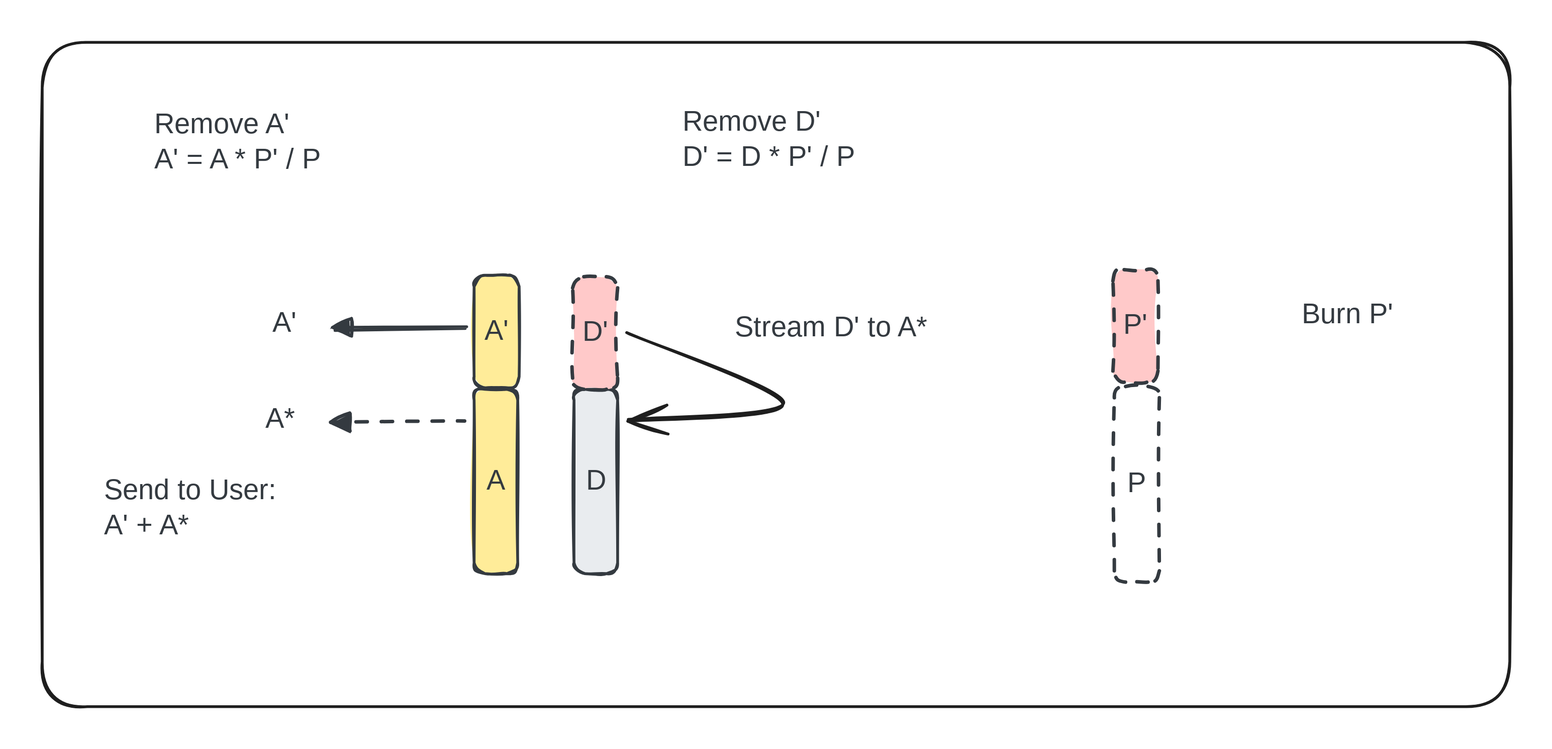
Before: .gitbook/assets/file.excalidraw (10).svg, a diagram exported from Excalidraw (decaswap-labs/docs). Source tidied: one line per element, renumbered; positions are measured from the earlier drawing's top-left corner, leaving out a move shared by most shapes.
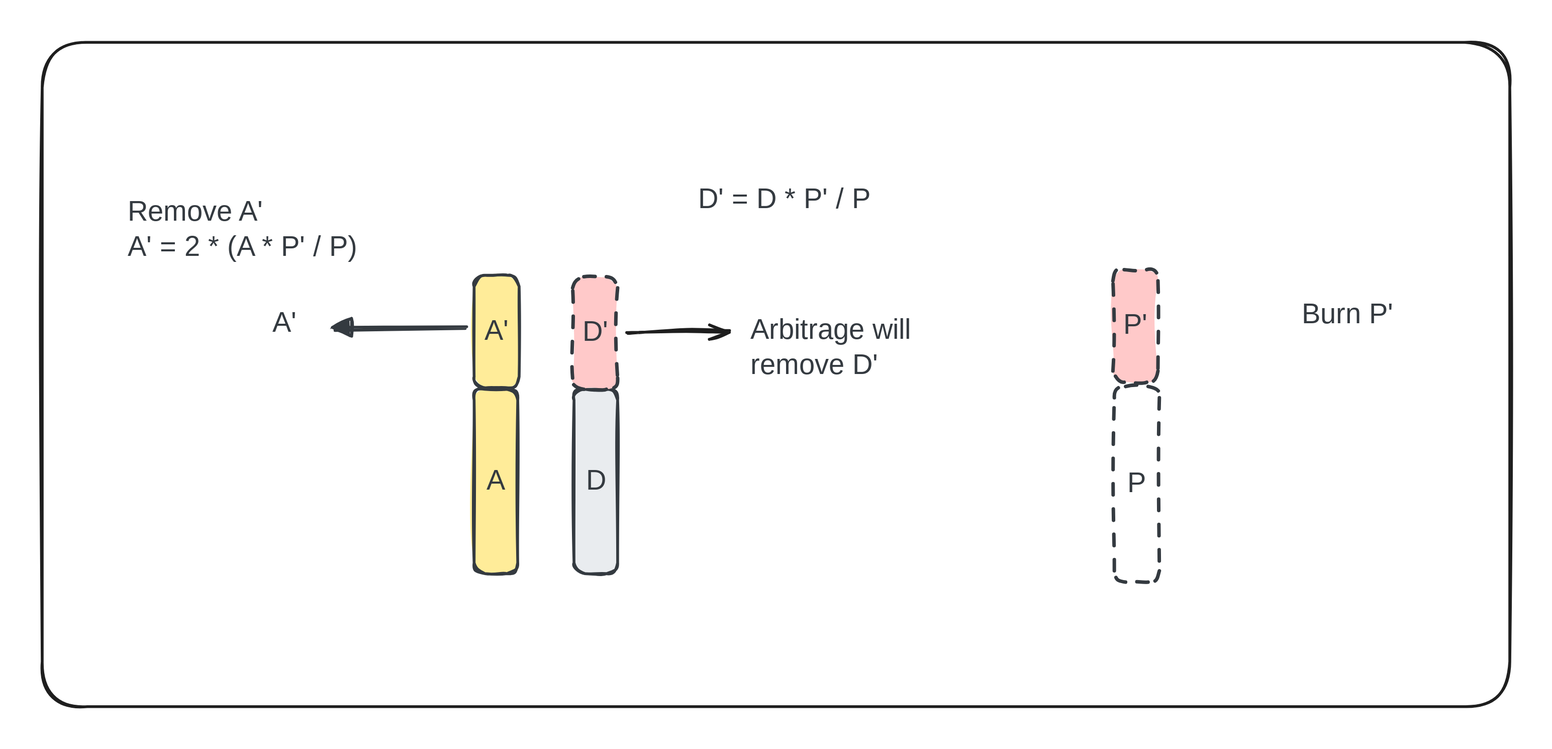
After the commit.

What changed in the source:
```diff
@@ -6,18 +6,15 @@
 {"id": 5, "type": "text", "text": "A'", "strokeColor": "#343a40", "backgroundColor": "#e9ecef", "fillStyle": "solid", "strokeWidth": 2, "roughness": 1, "fontSize": 20, "fontFamily": 1, "textAlign": "center", "verticalAlign": "middle", "inside": 4, "x": 314, "y": 193, "width": 18, "height": 25}
 {"id": 6, "type": "rectangle", "strokeColor": "#343a40", "backgroundColor": "#ffc9c9", "fillStyle": "solid", "strokeWidth": 2, "strokeStyle": "dashed", "roughness": 1, "round": true, "x": 377, "y": 166, "width": 32, "height": 80}
 {"id": 7, "type": "text", "text": "D'", "strokeColor": "#343a40", "backgroundColor": "#e9ecef", "fillStyle": "solid", "strokeWidth": 2, "roughness": 1, "fontSize": 20, "fontFamily": 1, "textAlign": "center", "verticalAlign": "middle", "inside": 6, "x": 382, "y": 194, "width": 21, "height": 25}
-{"id": 8, "type": "text", "text": "Remove A'\nA' = A * P' / P", "strokeColor": "#343a40", "backgroundColor": "#e9ecef", "fillStyle": "solid", "strokeWidth": 2, "strokeStyle": "dashed", "roughness": 1, "fontSize": 20, "fontFamily": 1, "x": 80, "y": 46, "width": 156, "height": 50}
+{"id": 8, "type": "text", "text": "Remove A'\nA' = 2 * (A * P' / P)", "strokeColor": "#343a40", "backgroundColor": "#e9ecef", "fillStyle": "solid", "strokeWidth": 2, "strokeStyle": "dashed", "roughness": 1, "fontSize": 20, "fontFamily": 1, "x": 61, "y": 108, "width": 216, "height": 50}
-{"id": 9, "type": "text", "text": "Remove D'\nD' = D * P' / P", "strokeColor": "#343a40", "backgroundColor": "#e9ecef", "fillStyle": "solid", "strokeWidth": 2, "strokeStyle": "dashed", "roughness": 1, "fontSize": 20, "fontFamily": 1, "x": 455, "y": 44, "width": 161, "height": 50}
+{"id": 9, "type": "text", "text": "D' = D * P' / P", "strokeColor": "#343a40", "backgroundColor": "#e9ecef", "fillStyle": "solid", "strokeWidth": 2, "strokeStyle": "dashed", "roughness": 1, "fontSize": 20, "fontFamily": 1, "x": 466, "y": 100, "width": 161, "height": 25}
 {"id": 10, "type": "arrow", "strokeColor": "#343a40", "backgroundColor": "#e9ecef", "fillStyle": "solid", "strokeWidth": 2, "roughness": 1, "startArrowhead": "triangle", "round": true, "to": 4, "x": 207, "y": 203, "width": 95, "height": 1, "points": [[0, 0], [95, -1]]}
 {"id": 11, "type": "rectangle", "strokeColor": "#343a40", "backgroundColor": "#ffc9c9", "fillStyle": "solid", "strokeWidth": 2, "strokeStyle": "dashed", "roughness": 1, "round": true, "x": 761, "y": 162, "width": 32, "height": 80}
 {"id": 12, "type": "text", "text": "P'", "strokeColor": "#343a40", "backgroundColor": "#e9ecef", "fillStyle": "solid", "strokeWidth": 2, "roughness": 1, "fontSize": 20, "fontFamily": 1, "textAlign": "center", "verticalAlign": "middle", "inside": 11, "x": 768, "y": 189, "width": 19, "height": 25}
 {"id": 13, "type": "rectangle", "strokeColor": "#343a40", "backgroundColor": "#ffffff", "fillStyle": "solid", "strokeWidth": 2, "strokeStyle": "dashed", "roughness": 1, "round": true, "x": 762, "y": 244, "width": 32, "height": 139}
 {"id": 14, "type": "text", "text": "P", "strokeColor": "#343a40", "backgroundColor": "#e9ecef", "fillStyle": "solid", "strokeWidth": 2, "roughness": 1, "fontSize": 20, "fontFamily": 1, "textAlign": "center", "verticalAlign": "middle", "inside": 13, "x": 771, "y": 302, "width": 13, "height": 25}
 {"id": 15, "type": "text", "text": "Burn P'", "strokeColor": "#343a40", "backgroundColor": "#e9ecef", "fillStyle": "solid", "strokeWidth": 2, "strokeStyle": "dashed", "roughness": 1, "fontSize": 20, "fontFamily": 1, "textAlign": "center", "x": 891, "y": 182, "width": 72, "height": 25}
-{"id": 16, "type": "text", "text": "Send to User:\nA' + A*", "strokeColor": "#343a40", "backgroundColor": "#e9ecef", "fillStyle": "solid", "strokeWidth": 2, "strokeStyle": "dashed", "roughness": 1, "fontSize": 20, "fontFamily": 1, "x": 44, "y": 306, "width": 136, "height": 50}
 {"id": 17, "type": "rectangle", "strokeColor": "#1e1e1e", "strokeWidth": 2, "roughness": 1, "round": true, "x": 0, "y": 0, "width": 1043, "height": 472}
-{"id": 18, "type": "arrow", "strokeColor": "#1e1e1e", "strokeWidth": 2, "roughness": 1, "endArrowhead": "arrow", "round": true, "from": 6, "to": 2, "x": 416, "y": 206, "width": 111, "height": 62, "points": [[0, 0], [111, 50], [0, 62]]}
+{"id": 18, "type": "arrow", "strokeColor": "#1e1e1e", "strokeWidth": 2, "roughness": 1, "endArrowhead": "arrow", "round": true, "from": 6, "to": 22, "x": 416, "y": 206, "width": 72, "height": 2, "points": [[0, 0], [42, -2], [72, -1]]}
-{"id": 19, "type": "arrow", "strokeColor": "#343a40", "backgroundColor": "#e9ecef", "fillStyle": "solid", "strokeWidth": 2, "strokeStyle": "dashed", "roughness": 1, "startArrowhead": "triangle", "round": true, "to": 0, "x": 206, "y": 270, "width": 95, "height": 1, "points": [[0, 0], [95, -1]]}
 {"id": 20, "type": "text", "text": "A'", "strokeColor": "#343a40", "backgroundColor": "#e9ecef", "fillStyle": "solid", "strokeWidth": 2, "strokeStyle": "dashed", "roughness": 1, "fontSize": 20, "fontFamily": 1, "x": 164, "y": 188, "width": 18, "height": 25}
-{"id": 21, "type": "text", "text": "A*", "strokeColor": "#343a40", "backgroundColor": "#e9ecef", "fillStyle": "solid", "strokeWidth": 2, "strokeStyle": "dashed", "roughness": 1, "fontSize": 20, "fontFamily": 1, "x": 159, "y": 256, "width": 23, "height": 25}
-{"id": 22, "type": "text", "text": "Stream D' to A*", "strokeColor": "#343a40", "backgroundColor": "#e9ecef", "fillStyle": "solid", "strokeWidth": 2, "strokeStyle": "dashed", "roughness": 1, "fontSize": 20, "fontFamily": 1, "x": 492, "y": 190, "width": 166, "height": 25}
+{"id": 22, "type": "text", "text": "Arbitrage will \nremove D'", "strokeColor": "#343a40", "backgroundColor": "#e9ecef", "fillStyle": "solid", "strokeWidth": 2, "strokeStyle": "dashed", "roughness": 1, "fontSize": 20, "fontFamily": 1, "x": 503, "y": 192, "width": 138, "height": 50}
```
